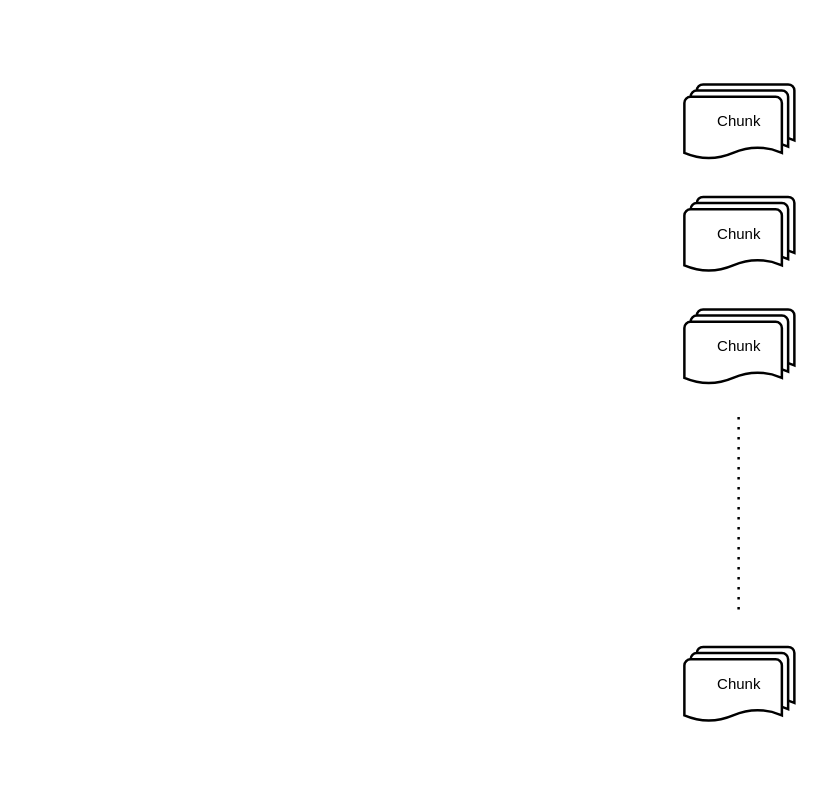
Above: Untitled Diagram.drawio in xiaochen93/xiaochen93 (draw.io), before the change. Source tidied: cells renumbered, new cells numbered last; positions are measured from the earlier drawing's top-left corner, leaving out a move shared by most shapes. Both pictures are drawn from the tidied source at 125%, with x=0, y=0 at pixel (684, 84).
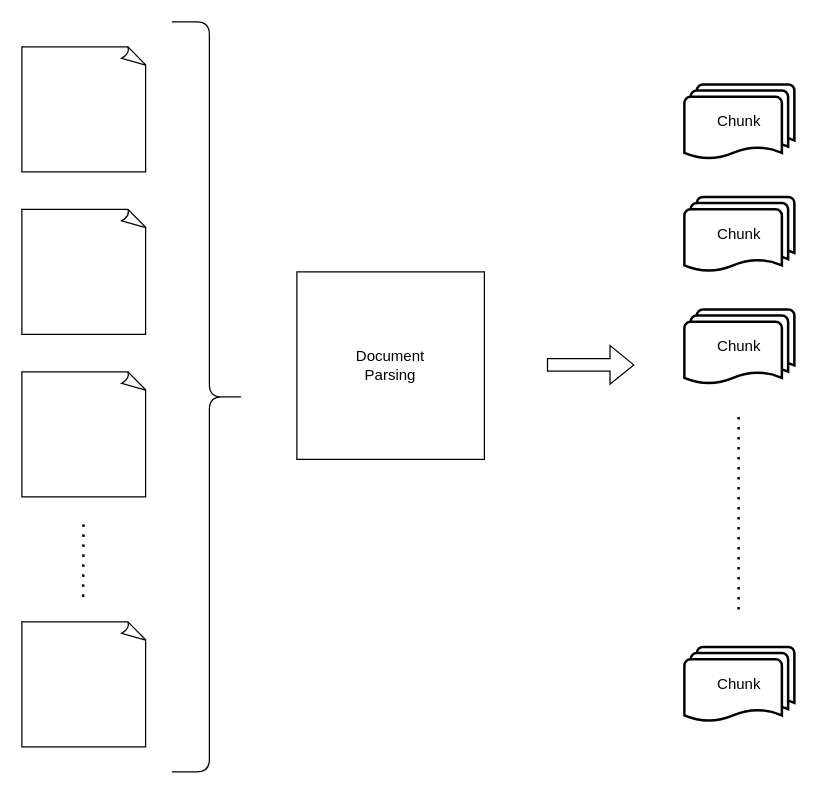
After the change.

Diff of the diagram source:
```diff
@@
 <mxGraphModel>
   <root>
     <mxCell id="0" />
     <mxCell id="1" parent="0" />
     <mxCell id="2" value="Chunk" style="strokeWidth=2;html=1;shape=mxgraph.flowchart.multi-document;whiteSpace=wrap;" parent="1" vertex="1">
       <mxGeometry width="88" height="60" as="geometry" />
     </mxCell>
     <mxCell id="3" value="Chunk" style="strokeWidth=2;html=1;shape=mxgraph.flowchart.multi-document;whiteSpace=wrap;" parent="1" vertex="1">
       <mxGeometry y="90" width="88" height="60" as="geometry" />
     </mxCell>
     <mxCell id="4" value="Chunk" style="strokeWidth=2;html=1;shape=mxgraph.flowchart.multi-document;whiteSpace=wrap;" parent="1" vertex="1">
       <mxGeometry y="180" width="88" height="60" as="geometry" />
     </mxCell>
     <mxCell id="5" value="Chunk" style="strokeWidth=2;html=1;shape=mxgraph.flowchart.multi-document;whiteSpace=wrap;" parent="1" vertex="1">
       <mxGeometry y="450" width="88" height="60" as="geometry" />
     </mxCell>
     <mxCell id="6" style="endArrow=none;dashed=1;html=1;dashPattern=1 3;strokeWidth=2;rounded=0;" parent="1" edge="1">
       <mxGeometry relative="1" as="geometry">
         <mxPoint x="43.4" y="420" as="sourcePoint" />
         <mxPoint x="43.4" y="260" as="targetPoint" />
       </mxGeometry>
     </mxCell>
+    <mxCell id="7" value="Document&lt;div&gt;Parsing&lt;/div&gt;" style="whiteSpace=wrap;html=1;" parent="1" vertex="1">
+      <mxGeometry x="-310" y="150" width="150" height="150" as="geometry" />
+    </mxCell>
+    <mxCell id="8" style="shape=flexArrow;endArrow=classic;html=1;rounded=0;" parent="1" edge="1">
+      <mxGeometry relative="1" as="geometry">
+        <mxPoint x="-110" y="224.4" as="sourcePoint" />
+        <mxPoint x="-40" y="224.4" as="targetPoint" />
+      </mxGeometry>
+    </mxCell>
+    <mxCell id="9" style="shape=curlyBracket;whiteSpace=wrap;html=1;rounded=1;flipH=1;labelPosition=right;verticalLabelPosition=middle;align=left;verticalAlign=middle;size=0.5;" parent="1" vertex="1">
+      <mxGeometry x="-410" y="-50" width="60" height="600" as="geometry" />
+    </mxCell>
+    <mxCell id="10" style="whiteSpace=wrap;html=1;shape=mxgraph.basic.document;" parent="1" vertex="1">
+      <mxGeometry x="-530" y="-30" width="100" height="100" as="geometry" />
+    </mxCell>
+    <mxCell id="11" style="whiteSpace=wrap;html=1;shape=mxgraph.basic.document;" parent="1" vertex="1">
+      <mxGeometry x="-530" y="100" width="100" height="100" as="geometry" />
+    </mxCell>
+    <mxCell id="12" style="whiteSpace=wrap;html=1;shape=mxgraph.basic.document;" parent="1" vertex="1">
+      <mxGeometry x="-530" y="230" width="100" height="100" as="geometry" />
+    </mxCell>
+    <mxCell id="13" style="whiteSpace=wrap;html=1;shape=mxgraph.basic.document;" parent="1" vertex="1">
+      <mxGeometry x="-530" y="430" width="100" height="100" as="geometry" />
+    </mxCell>
+    <mxCell id="14" style="endArrow=none;dashed=1;html=1;dashPattern=1 3;strokeWidth=2;rounded=0;" parent="1" edge="1">
+      <mxGeometry relative="1" as="geometry">
+        <mxPoint x="-481" y="410" as="sourcePoint" />
+        <mxPoint x="-480.7" y="350" as="targetPoint" />
+      </mxGeometry>
+    </mxCell>
   </root>
 </mxGraphModel>
```
